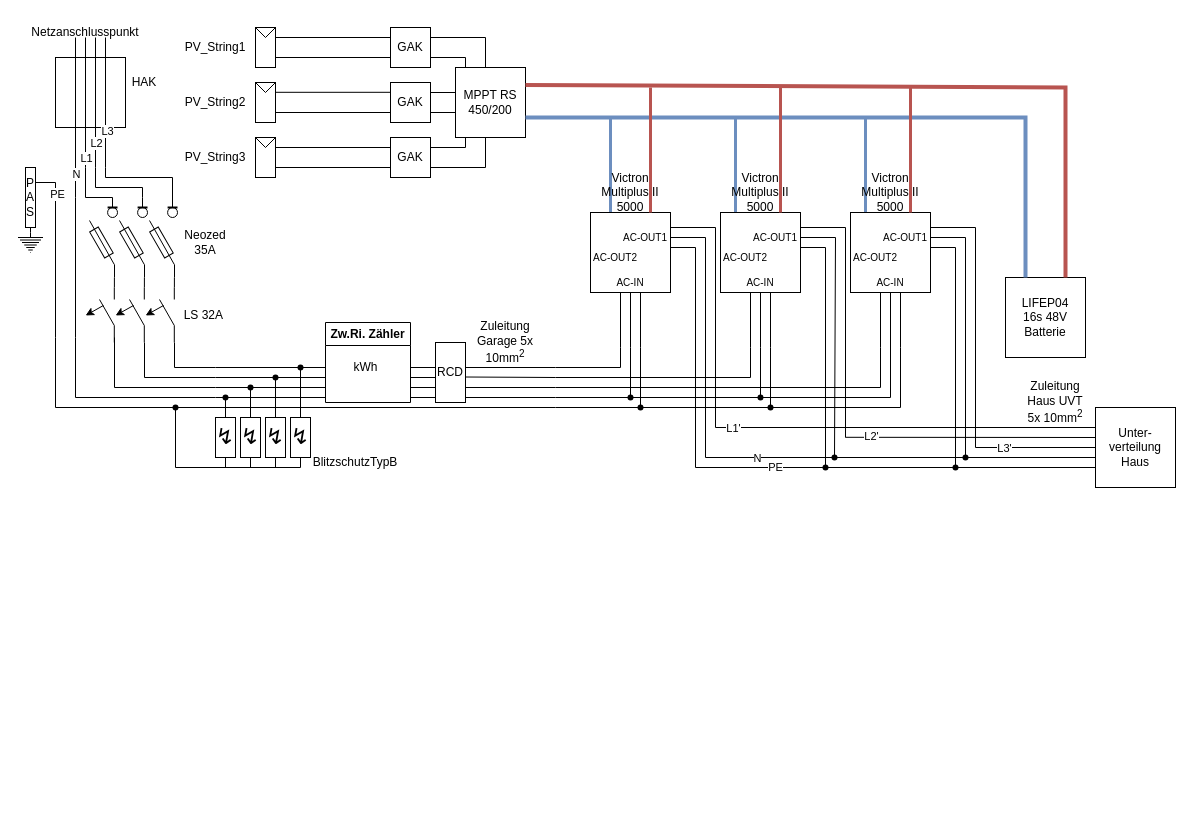
Lostqw1/Funfun keeps this draw.io diagram as PV_Schaltplan.drawio. Above is the earlier version. Source tidied: cells renumbered, new cells numbered last; positions are measured from the earlier drawing's top-left corner, leaving out a move shared by most shapes. Both pictures are drawn from the tidied source at 100%, with x=0, y=0 at pixel (17, 17).
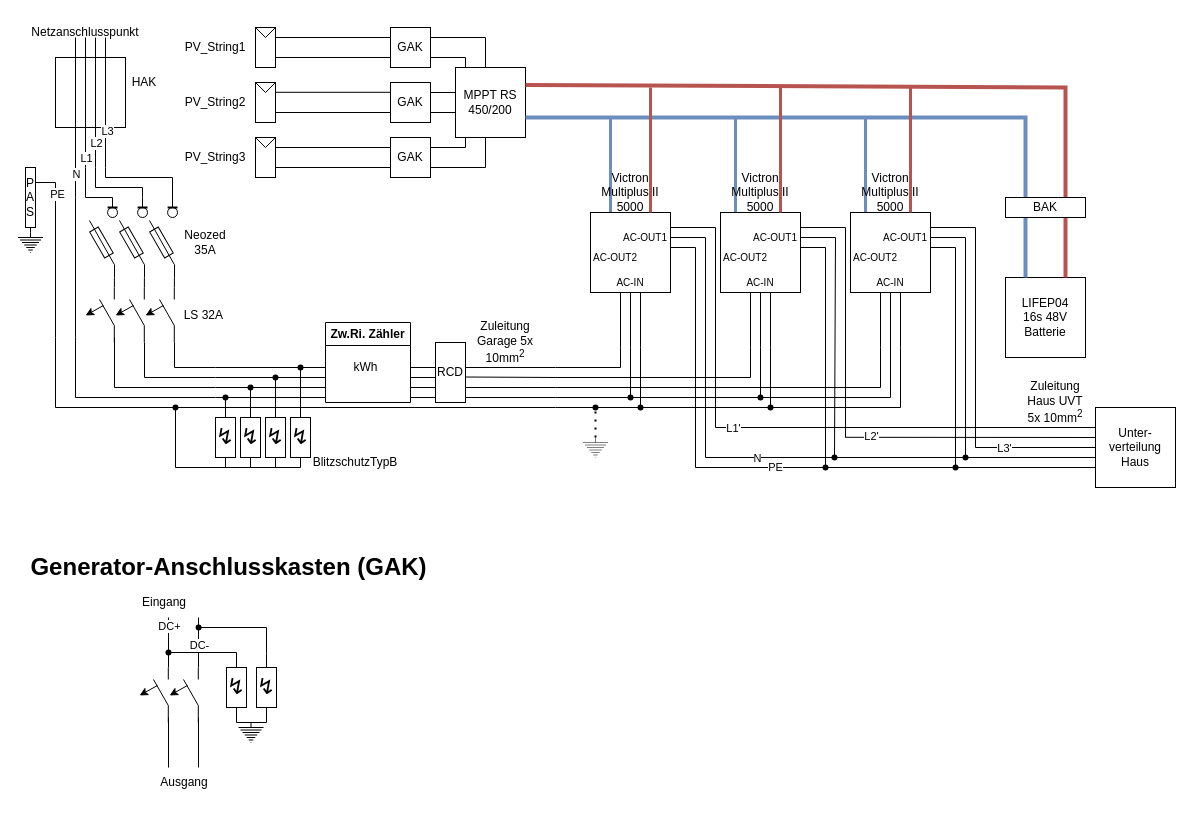
After the change.

The edit, as a diff of the source:
```diff
@@
-    <mxCell id="112" style="endArrow=none;html=1;rounded=0;" parent="1" edge="1">
+    <mxCell id="112" style="endArrow=none;html=1;rounded=0;startArrow=none;" parent="1" edge="1" source="257">
       <mxGeometry relative="1" as="geometry">
-        <mxPoint x="538" y="390" as="sourcePoint" />
         <mxPoint x="623" y="330" as="targetPoint" />
         <Array as="points">
           <mxPoint x="623" y="390" />
         </Array>
       </mxGeometry>
     </mxCell>
@@
+    <mxCell id="219" value="BAK" style="rounded=0;whiteSpace=wrap;html=1;" parent="1" vertex="1">
+      <mxGeometry x="988" y="180" width="80" height="20" as="geometry" />
+    </mxCell>
+    <mxCell id="220" style="group;" parent="1" vertex="1">
+      <mxGeometry x="119" y="650" width="62" height="55" as="geometry" />
+    </mxCell>
+    <mxCell id="221" style="group;" parent="220" vertex="1">
+      <mxGeometry width="32" height="55" as="geometry" />
+    </mxCell>
+    <mxCell id="222" style="group;rotation=-30;" parent="221" vertex="1">
+      <mxGeometry x="6.1" y="15" width="25.7" height="30" as="geometry" />
+    </mxCell>
+    <mxCell id="223" style="group;" parent="222" vertex="1">
+      <mxGeometry x="-3" y="-3" width="28.7" height="26" as="geometry" />
+    </mxCell>
+    <mxCell id="224" style="endArrow=none;html=1;rounded=0;" parent="223" edge="1">
+      <mxGeometry relative="1" as="geometry">
+        <mxPoint x="28.7" y="26" as="sourcePoint" />
+        <mxPoint x="13.9" as="targetPoint" />
+      </mxGeometry>
+    </mxCell>
+    <mxCell id="225" style="endArrow=classic;html=1;rounded=0;" parent="223" edge="1">
+      <mxGeometry relative="1" as="geometry">
+        <mxPoint x="17.8" y="6" as="sourcePoint" />
+        <mxPoint y="16" as="targetPoint" />
+      </mxGeometry>
+    </mxCell>
+    <mxCell id="226" style="endArrow=none;html=1;rounded=0;" parent="221" edge="1">
+      <mxGeometry relative="1" as="geometry">
+        <mxPoint x="31.8" y="38" as="sourcePoint" />
+        <mxPoint x="31.8" y="55" as="targetPoint" />
+      </mxGeometry>
+    </mxCell>
+    <mxCell id="227" style="endArrow=none;html=1;rounded=0;" parent="221" edge="1">
+      <mxGeometry relative="1" as="geometry">
+        <mxPoint x="31.8" y="12" as="sourcePoint" />
+        <mxPoint x="31.8" as="targetPoint" />
+      </mxGeometry>
+    </mxCell>
+    <mxCell id="228" style="group;" parent="220" vertex="1">
+      <mxGeometry x="30" width="32" height="55" as="geometry" />
+    </mxCell>
+    <mxCell id="229" style="group;rotation=-30;" parent="228" vertex="1">
+      <mxGeometry x="6.1" y="15" width="25.7" height="30" as="geometry" />
+    </mxCell>
+    <mxCell id="230" style="group;" parent="229" vertex="1">
+      <mxGeometry x="-3" y="-3" width="28.7" height="26" as="geometry" />
+    </mxCell>
+    <mxCell id="231" style="endArrow=none;html=1;rounded=0;" parent="230" edge="1">
+      <mxGeometry relative="1" as="geometry">
+        <mxPoint x="28.7" y="26" as="sourcePoint" />
+        <mxPoint x="13.9" as="targetPoint" />
+      </mxGeometry>
+    </mxCell>
+    <mxCell id="232" style="endArrow=classic;html=1;rounded=0;" parent="230" edge="1">
+      <mxGeometry relative="1" as="geometry">
+        <mxPoint x="17.8" y="6" as="sourcePoint" />
+        <mxPoint y="16" as="targetPoint" />
+      </mxGeometry>
+    </mxCell>
+    <mxCell id="233" style="endArrow=none;html=1;rounded=0;" parent="228" edge="1">
+      <mxGeometry relative="1" as="geometry">
+        <mxPoint x="31.8" y="38" as="sourcePoint" />
+        <mxPoint x="31.8" y="55" as="targetPoint" />
+      </mxGeometry>
+    </mxCell>
+    <mxCell id="234" style="endArrow=none;html=1;rounded=0;" parent="228" edge="1">
+      <mxGeometry relative="1" as="geometry">
+        <mxPoint x="31.8" y="12" as="sourcePoint" />
+        <mxPoint x="31.8" as="targetPoint" />
+      </mxGeometry>
+    </mxCell>
+    <mxCell id="235" value="&lt;font style=&quot;font-size: 22px;&quot;&gt;↯&lt;/font&gt;" style="rounded=0;whiteSpace=wrap;html=1;" parent="1" vertex="1">
+      <mxGeometry x="209" y="650" width="20" height="40" as="geometry" />
+    </mxCell>
+    <mxCell id="236" value="&lt;font style=&quot;font-size: 22px;&quot;&gt;↯&lt;/font&gt;" style="rounded=0;whiteSpace=wrap;html=1;" parent="1" vertex="1">
+      <mxGeometry x="239" y="650" width="20" height="40" as="geometry" />
+    </mxCell>
+    <mxCell id="237" style="endArrow=none;html=1;rounded=0;startArrow=none;" parent="1" edge="1" source="244">
+      <mxGeometry relative="1" as="geometry">
+        <mxPoint x="151" y="600" as="targetPoint" />
+      </mxGeometry>
+    </mxCell>
+    <mxCell id="238" value="DC+" style="edgeLabel;html=1;align=center;verticalAlign=middle;" parent="237" vertex="1">
+      <mxGeometry x="0.56" relative="1" as="geometry" />
+    </mxCell>
+    <mxCell id="239" style="endArrow=none;html=1;rounded=0;" parent="1" edge="1">
+      <mxGeometry relative="1" as="geometry">
+        <mxPoint x="181" y="650" as="sourcePoint" />
+        <mxPoint x="181" y="600" as="targetPoint" />
+      </mxGeometry>
+    </mxCell>
+    <mxCell id="240" value="DC-" style="edgeLabel;html=1;align=center;verticalAlign=middle;" parent="239" vertex="1">
+      <mxGeometry x="-0.1" relative="1" as="geometry" />
+    </mxCell>
+    <mxCell id="241" style="endArrow=none;html=1;rounded=0;entryX=0.5;entryY=0;entryDx=0;entryDy=0;startArrow=none;" parent="1" edge="1" source="250" target="236">
+      <mxGeometry relative="1" as="geometry">
+        <Array as="points">
+          <mxPoint x="249" y="610" />
+          <mxPoint x="249" y="636" />
+        </Array>
+      </mxGeometry>
+    </mxCell>
+    <mxCell id="242" style="endArrow=none;html=1;rounded=0;exitX=0.5;exitY=0;exitDx=0;exitDy=0;" parent="1" edge="1" source="235">
+      <mxGeometry relative="1" as="geometry">
+        <mxPoint x="151" y="635" as="targetPoint" />
+        <Array as="points">
+          <mxPoint x="219" y="635" />
+        </Array>
+      </mxGeometry>
+    </mxCell>
+    <mxCell id="243" style="endArrow=none;html=1;rounded=0;" parent="1" edge="1" target="244">
+      <mxGeometry relative="1" as="geometry">
+        <mxPoint x="151" y="650" as="sourcePoint" />
+      </mxGeometry>
+    </mxCell>
+    <mxCell id="244" style="shape=waypoint;sketch=0;fillStyle=solid;size=6;points=[];fillColor=none;perimeter=centerPerimeter;snapToPoint=1;" parent="1" vertex="1">
+      <mxGeometry x="141" y="625" width="20" height="20" as="geometry" />
+    </mxCell>
+    <mxCell id="245" value="Eingang" style="text;html=1;strokeColor=none;fillColor=none;align=center;verticalAlign=middle;whiteSpace=wrap;rounded=0;" parent="1" vertex="1">
+      <mxGeometry x="117" y="570" width="60" height="30" as="geometry" />
+    </mxCell>
+    <mxCell id="246" style="verticalLabelPosition=bottom;shadow=0;dashed=0;align=center;html=1;verticalAlign=top;shape=mxgraph.electrical.signal_sources.protective_earth;" parent="1" vertex="1">
+      <mxGeometry x="221" y="705" width="25" height="20" as="geometry" />
+    </mxCell>
+    <mxCell id="247" style="endArrow=none;html=1;rounded=0;exitX=0.5;exitY=1;exitDx=0;exitDy=0;entryX=0.5;entryY=0;entryDx=0;entryDy=0;entryPerimeter=0;" parent="1" edge="1" source="235" target="246">
+      <mxGeometry relative="1" as="geometry">
+        <Array as="points">
+          <mxPoint x="219" y="705" />
+        </Array>
+      </mxGeometry>
+    </mxCell>
+    <mxCell id="248" style="endArrow=none;html=1;rounded=0;exitX=0.5;exitY=1;exitDx=0;exitDy=0;entryX=0.5;entryY=0;entryDx=0;entryDy=0;entryPerimeter=0;" parent="1" edge="1" source="236" target="246">
+      <mxGeometry relative="1" as="geometry">
+        <Array as="points">
+          <mxPoint x="249" y="705" />
+        </Array>
+      </mxGeometry>
+    </mxCell>
+    <mxCell id="249" style="endArrow=none;html=1;rounded=0;entryDx=0;entryDy=0;" parent="1" edge="1" target="250">
+      <mxGeometry relative="1" as="geometry">
+        <mxPoint x="181" y="610" as="sourcePoint" />
+      </mxGeometry>
+    </mxCell>
+    <mxCell id="250" style="shape=waypoint;sketch=0;fillStyle=solid;size=6;points=[];fillColor=none;perimeter=centerPerimeter;snapToPoint=1;" parent="1" vertex="1">
+      <mxGeometry x="171.1" y="600" width="20" height="20" as="geometry" />
+    </mxCell>
+    <mxCell id="251" style="endArrow=none;html=1;rounded=0;" parent="1" edge="1">
+      <mxGeometry relative="1" as="geometry">
+        <mxPoint x="151" y="700" as="sourcePoint" />
+        <mxPoint x="151" y="750" as="targetPoint" />
+      </mxGeometry>
+    </mxCell>
+    <mxCell id="252" style="endArrow=none;html=1;rounded=0;" parent="1" edge="1">
+      <mxGeometry relative="1" as="geometry">
+        <mxPoint x="181" y="750" as="sourcePoint" />
+        <mxPoint x="181" y="700" as="targetPoint" />
+      </mxGeometry>
+    </mxCell>
+    <mxCell id="253" value="Ausgang" style="text;html=1;strokeColor=none;fillColor=none;align=center;verticalAlign=middle;whiteSpace=wrap;rounded=0;" parent="1" vertex="1">
+      <mxGeometry x="137" y="750" width="60" height="30" as="geometry" />
+    </mxCell>
+    <mxCell id="254" value="Generator-Anschlusskasten (GAK)" style="text;strokeColor=none;fillColor=none;html=1;fontSize=24;fontStyle=1;verticalAlign=middle;align=center;" parent="1" vertex="1">
+      <mxGeometry x="161" y="530" width="100" height="40" as="geometry" />
+    </mxCell>
+    <mxCell id="255" style="endArrow=none;dashed=1;html=1;dashPattern=1 3;strokeWidth=2;rounded=0;" parent="1" edge="1">
+      <mxGeometry relative="1" as="geometry">
+        <mxPoint x="578" y="420" as="sourcePoint" />
+        <mxPoint x="578" y="390" as="targetPoint" />
+      </mxGeometry>
+    </mxCell>
+    <mxCell id="256" style="endArrow=none;html=1;rounded=0;" parent="1" edge="1" target="257">
+      <mxGeometry relative="1" as="geometry">
+        <mxPoint x="538" y="390" as="sourcePoint" />
+      </mxGeometry>
+    </mxCell>
+    <mxCell id="257" style="shape=waypoint;sketch=0;fillStyle=solid;size=6;points=[];fillColor=none;perimeter=centerPerimeter;snapToPoint=1;" parent="1" vertex="1">
+      <mxGeometry x="568" y="380" width="20" height="20" as="geometry" />
+    </mxCell>
+    <mxCell id="258" style="verticalLabelPosition=bottom;shadow=0;dashed=0;align=center;html=1;verticalAlign=top;shape=mxgraph.electrical.signal_sources.protective_earth;opacity=50;" parent="1" vertex="1">
+      <mxGeometry x="565.5" y="420" width="25" height="20" as="geometry" />
+    </mxCell>
```
